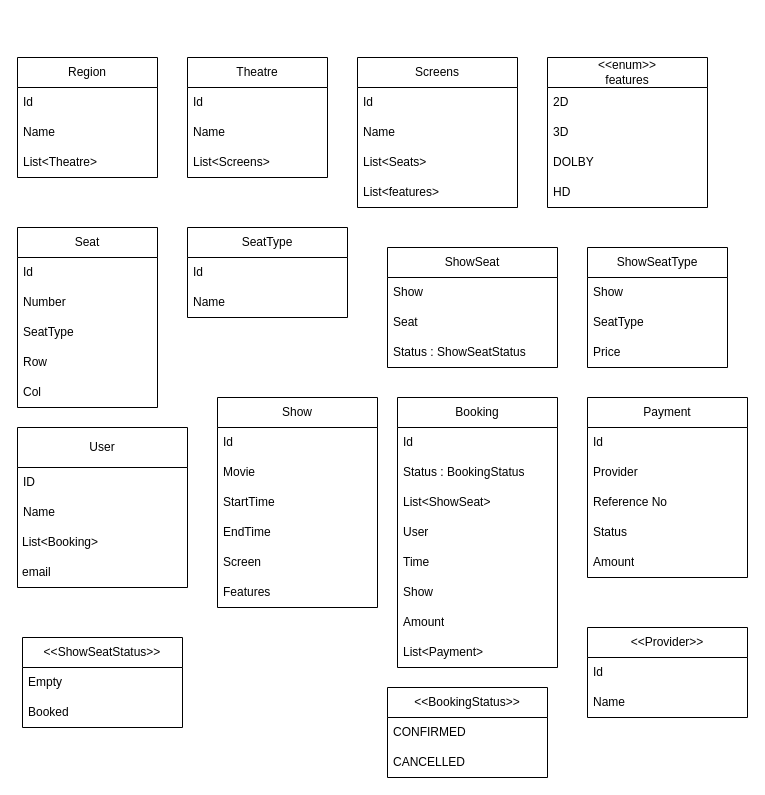
Above: Untitled Diagram.drawio in programmingwithgupta/LLD (draw.io), before the change. Source tidied: cells renumbered, new cells numbered last; positions are measured from the earlier drawing's top-left corner, leaving out a move shared by most shapes. Both pictures are drawn from the tidied source at 100%, with x=0, y=0 at pixel (17, 57).
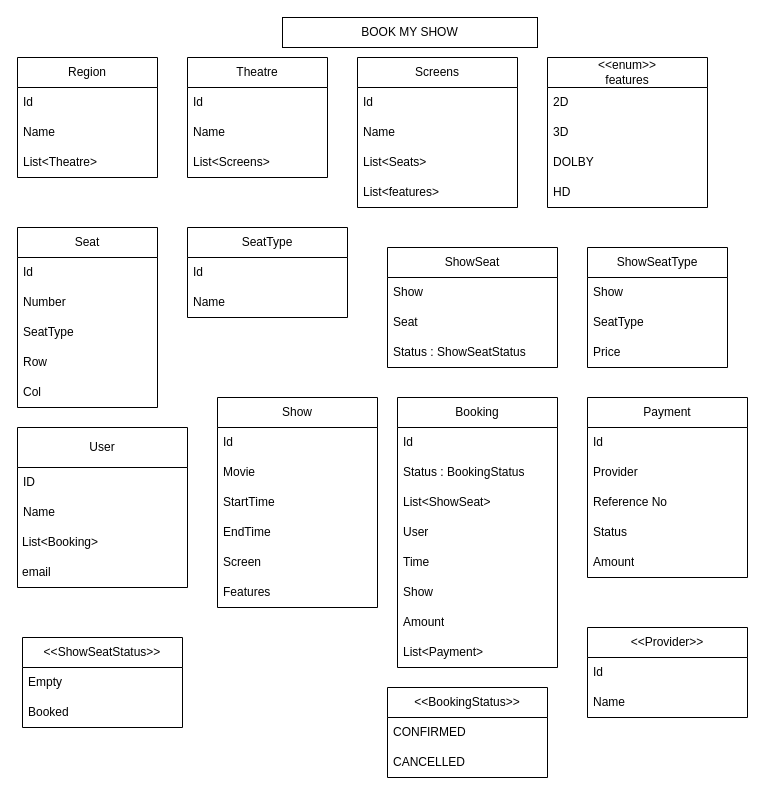
The same page after the edit.

Change to the diagram source:
```diff
@@
+    <mxCell id="73" value="BOOK MY SHOW" style="rounded=0;whiteSpace=wrap;html=1;" parent="1" vertex="1">
+      <mxGeometry x="265" y="-40" width="255" height="30" as="geometry" />
+    </mxCell>
```
